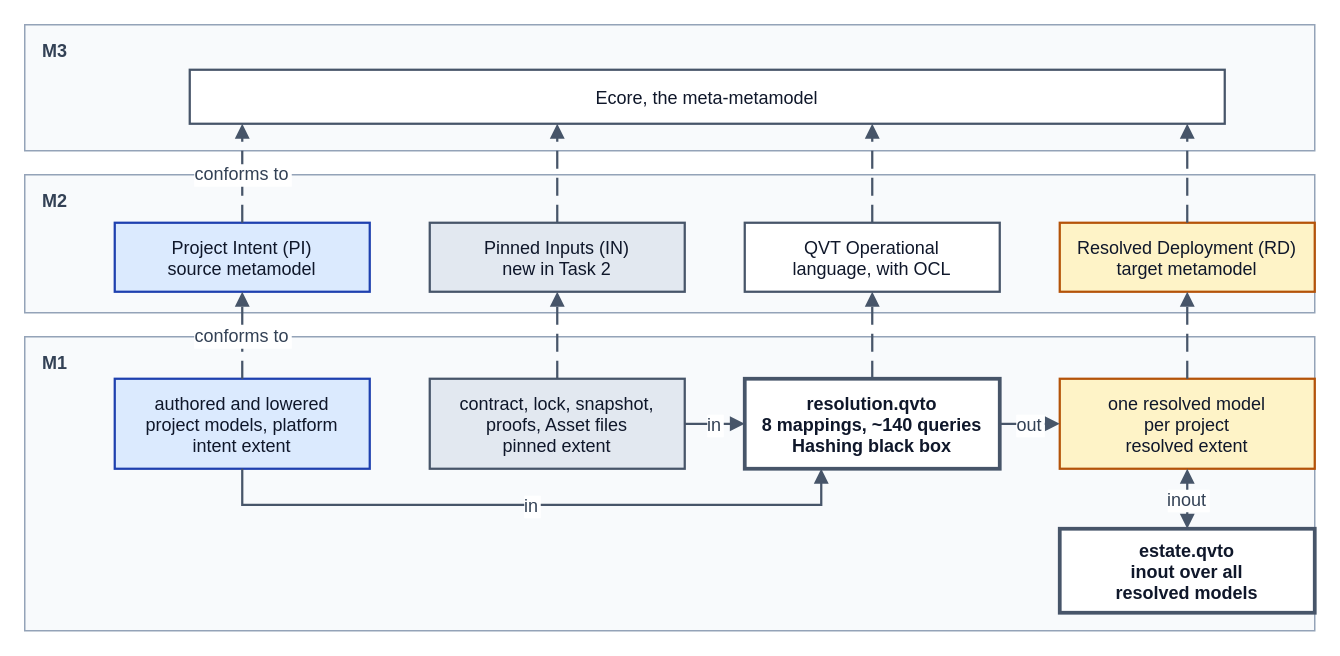
Earlier version of the draw.io diagram docs/mde/task-2-transformations/Figures/pattern.drawio (JorisJonkers-dev/deploy-kit). Source tidied: cells renumbered, new cells numbered last; positions are measured from the earlier drawing's top-left corner, leaving out a move shared by most shapes. Both pictures are drawn from the tidied source at 150%, with x=0, y=0 at pixel (24, 24).
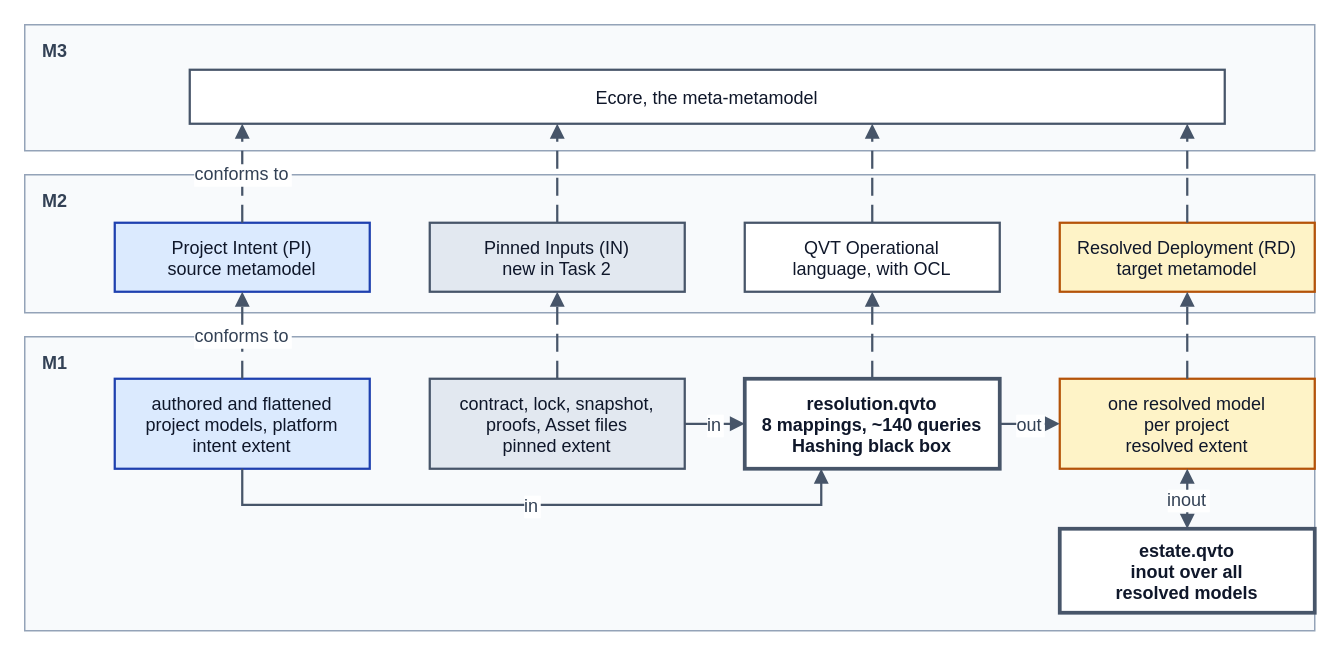
After the change.

Commit message (it also covers changes not shown here):
docs: apply Task 2 term decision D02 to pattern.drawio

Generated by Mistral Vibe.

Diff of the diagram source:
```diff
@@
-    <mxCell id="10" value="authored and lowered&#10;project models, platform&#10;intent extent" style="rounded=0;whiteSpace=nowrap;html=0;align=center;verticalAlign=middle;fillColor=#dbeafe;strokeColor=#1e40af;strokeWidth=1.5;fontFamily=Helvetica;fontSize=12;fontColor=#0f172a;" parent="1" vertex="1">
+    <mxCell id="10" value="authored and flattened&#10;project models, platform&#10;intent extent" style="rounded=0;whiteSpace=nowrap;html=0;align=center;verticalAlign=middle;fillColor=#dbeafe;strokeColor=#1e40af;strokeWidth=1.5;fontFamily=Helvetica;fontSize=12;fontColor=#0f172a;" parent="1" vertex="1">
       <mxGeometry x="60" y="236" width="170" height="60" as="geometry" />
     </mxCell>
```
